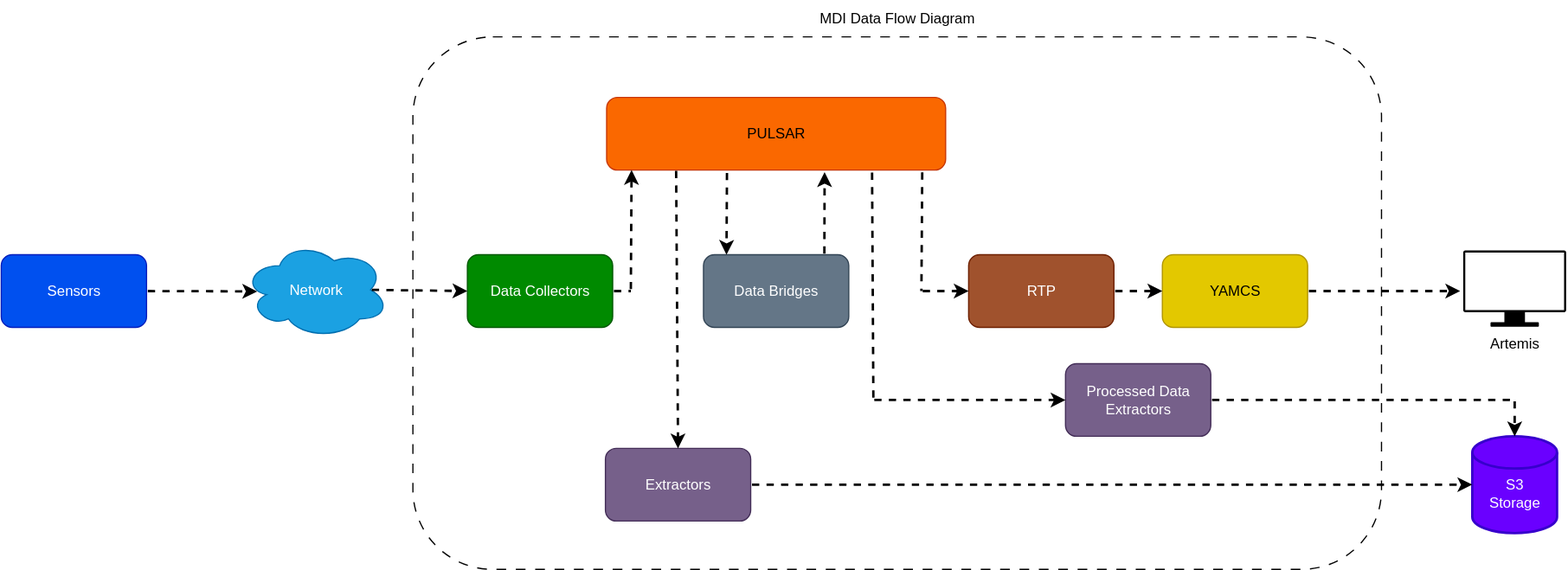
The draw.io diagram General Health Diagram.drawio.svg in palbright05/Grafana-Test, before a commit. Source tidied: cells renumbered, new cells last; positions are measured from the earlier drawing's top-left corner, leaving out a move shared by most shapes.
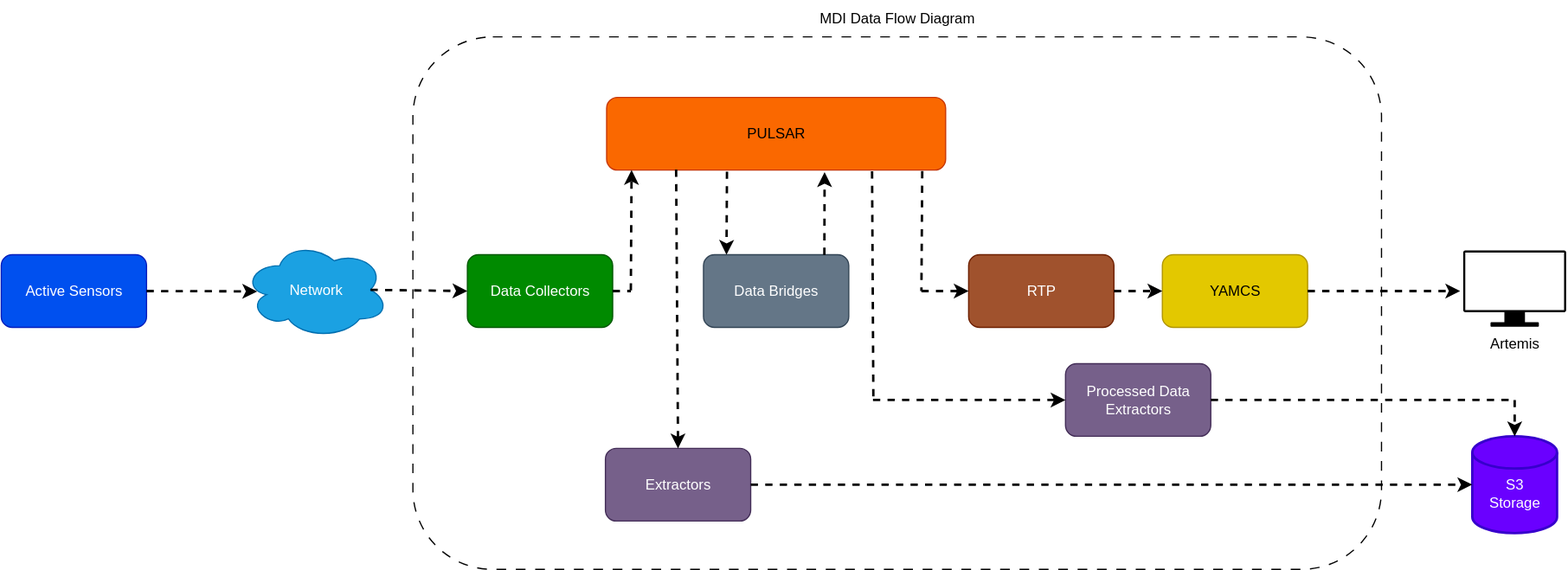
After the commit.

The edit, as a diff of the source:
```diff
@@ -5,7 +5,7 @@
     <mxCell id="2" style="rounded=1;whiteSpace=wrap;html=1;fillColor=none;dashed=1;dashPattern=8 8;" parent="1" vertex="1">
       <mxGeometry x="340" y="30" width="800" height="440" as="geometry" />
     </mxCell>
-    <mxCell id="3" value="Sensors" style="rounded=1;whiteSpace=wrap;html=1;fillColor=#0050ef;fontColor=#ffffff;strokeColor=#001DBC;" parent="1" vertex="1">
+    <mxCell id="3" value="Active Sensors" style="rounded=1;whiteSpace=wrap;html=1;fillColor=#0050ef;fontColor=#ffffff;strokeColor=#001DBC;" parent="1" vertex="1">
       <mxGeometry y="210" width="120" height="60" as="geometry" />
     </mxCell>
     <mxCell id="4" value="Network" style="ellipse;shape=cloud;whiteSpace=wrap;html=1;fillColor=#1ba1e2;strokeColor=#006EAF;fontColor=#ffffff;" parent="1" vertex="1">
@@ -20,10 +20,10 @@
     <mxCell id="7" value="Data Collectors" style="rounded=1;whiteSpace=wrap;html=1;fillColor=#008a00;fontColor=#ffffff;strokeColor=#005700;" parent="1" vertex="1">
       <mxGeometry x="385" y="210" width="120" height="60" as="geometry" />
     </mxCell>
-    <mxCell id="8" style="endArrow=classic;dashed=1;html=1;strokeWidth=2;rounded=0;exitX=1;exitY=0.5;exitDx=0;exitDy=0;entryX=0.095;entryY=0.516;entryDx=0;entryDy=0;entryPerimeter=0;endFill=1;flowAnimation=1;" parent="1" edge="1" source="3" target="4">
+    <mxCell id="8" style="endArrow=classic;dashed=1;html=1;strokeWidth=2;rounded=0;exitX=1;exitY=0.5;exitDx=0;exitDy=0;entryX=0.095;entryY=0.516;entryDx=0;entryDy=0;entryPerimeter=0;endFill=1;flowAnimation=0;" parent="1" edge="1" source="3" target="4">
       <mxGeometry relative="1" as="geometry" />
     </mxCell>
-    <mxCell id="9" style="endArrow=classic;dashed=1;html=1;strokeWidth=2;rounded=0;entryX=0;entryY=0.5;entryDx=0;entryDy=0;exitX=0.875;exitY=0.5;exitDx=0;exitDy=0;exitPerimeter=0;startArrow=none;startFill=0;endFill=1;flowAnimation=1;" parent="1" edge="1" source="4" target="7">
+    <mxCell id="9" style="endArrow=classic;dashed=1;html=1;strokeWidth=2;rounded=0;entryX=0;entryY=0.5;entryDx=0;entryDy=0;exitX=0.875;exitY=0.5;exitDx=0;exitDy=0;exitPerimeter=0;startArrow=none;startFill=0;endFill=1;flowAnimation=0;" parent="1" edge="1" source="4" target="7">
       <mxGeometry relative="1" as="geometry" />
     </mxCell>
     <mxCell id="10" value="Extractors" style="rounded=1;whiteSpace=wrap;html=1;fillColor=#76608a;fontColor=#ffffff;strokeColor=#432D57;" parent="1" vertex="1">
@@ -35,39 +35,39 @@
     <mxCell id="12" value="Processed Data Extractors" style="rounded=1;whiteSpace=wrap;html=1;fillColor=#76608a;fontColor=#ffffff;strokeColor=#432D57;" parent="1" vertex="1">
       <mxGeometry x="879" y="300" width="120" height="60" as="geometry" />
     </mxCell>
-    <mxCell id="13" style="endArrow=classic;dashed=1;html=1;strokeWidth=2;rounded=0;startArrow=none;startFill=0;exitX=0.205;exitY=0.994;exitDx=0;exitDy=0;flowAnimation=1;exitPerimeter=0;entryX=0.5;entryY=0;entryDx=0;entryDy=0;endFill=1;" parent="1" edge="1" source="6" target="10">
+    <mxCell id="13" style="endArrow=classic;dashed=1;html=1;strokeWidth=2;rounded=0;startArrow=none;startFill=0;exitX=0.205;exitY=0.994;exitDx=0;exitDy=0;flowAnimation=0;exitPerimeter=0;entryX=0.5;entryY=0;entryDx=0;entryDy=0;endFill=1;" parent="1" edge="1" source="6" target="10">
       <mxGeometry relative="1" as="geometry" />
     </mxCell>
-    <mxCell id="14" style="endArrow=classic;html=1;rounded=0;entryX=0.145;entryY=1.008;entryDx=0;entryDy=0;entryPerimeter=0;dashed=1;flowAnimation=1;strokeWidth=2;" parent="1" edge="1">
-      <mxGeometry relative="1" as="geometry">
-        <mxPoint x="520" y="239.5" as="sourcePoint" />
-        <mxPoint x="520.6" y="140" as="targetPoint" />
-      </mxGeometry>
-    </mxCell>
-    <mxCell id="15" style="endArrow=none;html=1;rounded=0;exitX=1;exitY=0.5;exitDx=0;exitDy=0;dashed=1;flowAnimation=1;strokeWidth=2;" parent="1" edge="1" source="7">
-      <mxGeometry relative="1" as="geometry">
-        <mxPoint x="520" y="240" as="targetPoint" />
-      </mxGeometry>
-    </mxCell>
-    <mxCell id="16" style="endArrow=classic;html=1;rounded=0;entryX=0.355;entryY=1.022;entryDx=0;entryDy=0;entryPerimeter=0;dashed=1;endFill=1;startArrow=none;startFill=0;flowAnimation=1;strokeWidth=2;exitX=0.355;exitY=1.022;exitDx=0;exitDy=0;exitPerimeter=0;" parent="1" edge="1" source="6">
-      <mxGeometry relative="1" as="geometry">
-        <mxPoint x="599" y="210" as="targetPoint" />
-      </mxGeometry>
-    </mxCell>
+    <mxCell id="31" style="endArrow=classic;html=1;rounded=0;entryX=0.145;entryY=1.008;entryDx=0;entryDy=0;entryPerimeter=0;dashed=1;flowAnimation=0;strokeWidth=2;" parent="1" edge="1">
+      <mxGeometry relative="1" as="geometry">
+        <mxPoint x="520" y="239.5" as="sourcePoint" />
+        <mxPoint x="520.6" y="140" as="targetPoint" />
+      </mxGeometry>
+    </mxCell>
+    <mxCell id="32" style="endArrow=none;html=1;rounded=0;exitX=1;exitY=0.5;exitDx=0;exitDy=0;dashed=1;flowAnimation=0;strokeWidth=2;" parent="1" edge="1" source="7">
+      <mxGeometry relative="1" as="geometry">
+        <mxPoint x="520" y="240" as="targetPoint" />
+      </mxGeometry>
+    </mxCell>
+    <mxCell id="33" style="endArrow=classic;html=1;rounded=0;entryX=0.355;entryY=1.022;entryDx=0;entryDy=0;entryPerimeter=0;dashed=1;endFill=1;startArrow=none;startFill=0;flowAnimation=0;strokeWidth=2;exitX=0.355;exitY=1.022;exitDx=0;exitDy=0;exitPerimeter=0;" parent="1" edge="1" source="6">
+      <mxGeometry relative="1" as="geometry">
+        <mxPoint x="599" y="210" as="targetPoint" />
+      </mxGeometry>
+    </mxCell>
-    <mxCell id="17" style="endArrow=classic;html=1;rounded=0;endFill=1;entryX=0.643;entryY=1.03;entryDx=0;entryDy=0;entryPerimeter=0;dashed=1;startArrow=none;startFill=0;exitX=0.832;exitY=0.002;exitDx=0;exitDy=0;exitPerimeter=0;flowAnimation=1;strokeWidth=2;" parent="1" edge="1" source="11" target="6">
+    <mxCell id="17" style="endArrow=classic;html=1;rounded=0;endFill=1;entryX=0.643;entryY=1.03;entryDx=0;entryDy=0;entryPerimeter=0;dashed=1;startArrow=none;startFill=0;exitX=0.832;exitY=0.002;exitDx=0;exitDy=0;exitPerimeter=0;flowAnimation=0;strokeWidth=2;" parent="1" edge="1" source="11" target="6">
       <mxGeometry relative="1" as="geometry" />
     </mxCell>
-    <mxCell id="18" style="endArrow=classic;html=1;rounded=0;entryX=0;entryY=0.5;entryDx=0;entryDy=0;dashed=1;flowAnimation=1;strokeWidth=2;" parent="1" edge="1" target="12">
+    <mxCell id="18" style="endArrow=classic;html=1;rounded=0;entryX=0;entryY=0.5;entryDx=0;entryDy=0;dashed=1;flowAnimation=0;strokeWidth=2;" parent="1" edge="1" target="12">
       <mxGeometry relative="1" as="geometry">
         <mxPoint x="720" y="330" as="sourcePoint" />
       </mxGeometry>
     </mxCell>
-    <mxCell id="19" style="endArrow=none;html=1;rounded=0;entryX=0.783;entryY=1.017;entryDx=0;entryDy=0;entryPerimeter=0;dashed=1;flowAnimation=1;strokeWidth=2;exitX=0.783;exitY=1.017;exitDx=0;exitDy=0;exitPerimeter=0;" parent="1" edge="1" source="6">
+    <mxCell id="19" style="endArrow=none;html=1;rounded=0;entryX=0.783;entryY=1.017;entryDx=0;entryDy=0;entryPerimeter=0;dashed=1;flowAnimation=0;strokeWidth=2;exitX=0.783;exitY=1.017;exitDx=0;exitDy=0;exitPerimeter=0;" parent="1" edge="1" source="6">
       <mxGeometry relative="1" as="geometry">
         <mxPoint x="720.3" y="329.9" as="targetPoint" />
       </mxGeometry>
     </mxCell>
-    <mxCell id="20" style="endArrow=classic;html=1;rounded=0;entryX=0;entryY=0.5;entryDx=0;entryDy=0;entryPerimeter=0;exitX=1;exitY=0.5;exitDx=0;exitDy=0;dashed=1;flowAnimation=1;strokeWidth=2;" parent="1" edge="1" source="10" target="5">
+    <mxCell id="20" style="endArrow=classic;html=1;rounded=0;entryX=0;entryY=0.5;entryDx=0;entryDy=0;entryPerimeter=0;exitX=1;exitY=0.5;exitDx=0;exitDy=0;dashed=1;flowAnimation=0;strokeWidth=2;" parent="1" edge="1" source="10" target="5">
       <mxGeometry relative="1" as="geometry" />
     </mxCell>
     <mxCell id="21" value="RTP" style="rounded=1;whiteSpace=wrap;html=1;fillColor=#a0522d;fontColor=#ffffff;strokeColor=#6D1F00;" parent="1" vertex="1">
@@ -76,25 +76,25 @@
     <mxCell id="22" value="YAMCS" style="rounded=1;whiteSpace=wrap;html=1;fillColor=#e3c800;fontColor=#000000;strokeColor=#B09500;" parent="1" vertex="1">
       <mxGeometry x="959" y="210" width="120" height="60" as="geometry" />
     </mxCell>
-    <mxCell id="23" style="endArrow=classic;html=1;rounded=0;entryX=0;entryY=0.5;entryDx=0;entryDy=0;exitX=1;exitY=0.5;exitDx=0;exitDy=0;dashed=1;flowAnimation=1;strokeWidth=2;" parent="1" edge="1" source="21" target="22">
+    <mxCell id="23" style="endArrow=classic;html=1;rounded=0;entryX=0;entryY=0.5;entryDx=0;entryDy=0;exitX=1;exitY=0.5;exitDx=0;exitDy=0;dashed=1;flowAnimation=0;strokeWidth=2;" parent="1" edge="1" source="21" target="22">
       <mxGeometry relative="1" as="geometry" />
     </mxCell>
-    <mxCell id="24" style="endArrow=none;html=1;rounded=0;entryX=0.931;entryY=1.015;entryDx=0;entryDy=0;entryPerimeter=0;dashed=1;flowAnimation=1;strokeWidth=2;exitX=0.931;exitY=1.015;exitDx=0;exitDy=0;exitPerimeter=0;" parent="1" edge="1" source="6">
+    <mxCell id="24" style="endArrow=none;html=1;rounded=0;entryX=0.931;entryY=1.015;entryDx=0;entryDy=0;entryPerimeter=0;dashed=1;flowAnimation=0;strokeWidth=2;exitX=0.931;exitY=1.015;exitDx=0;exitDy=0;exitPerimeter=0;" parent="1" edge="1" source="6">
       <mxGeometry relative="1" as="geometry">
         <mxPoint x="760" y="240" as="targetPoint" />
       </mxGeometry>
     </mxCell>
-    <mxCell id="25" style="endArrow=classic;html=1;rounded=0;entryX=0;entryY=0.5;entryDx=0;entryDy=0;dashed=1;flowAnimation=1;strokeWidth=2;" parent="1" edge="1" target="21">
+    <mxCell id="25" style="endArrow=classic;html=1;rounded=0;entryX=0;entryY=0.5;entryDx=0;entryDy=0;dashed=1;flowAnimation=0;strokeWidth=2;" parent="1" edge="1" target="21">
       <mxGeometry relative="1" as="geometry">
         <mxPoint x="760" y="240" as="sourcePoint" />
       </mxGeometry>
     </mxCell>
-    <mxCell id="26" style="endArrow=none;html=1;rounded=0;exitX=1;exitY=0.5;exitDx=0;exitDy=0;dashed=1;flowAnimation=1;strokeWidth=2;" parent="1" edge="1" source="12">
+    <mxCell id="26" style="endArrow=none;html=1;rounded=0;exitX=1;exitY=0.5;exitDx=0;exitDy=0;dashed=1;flowAnimation=0;strokeWidth=2;" parent="1" edge="1" source="12">
       <mxGeometry relative="1" as="geometry">
         <mxPoint x="1250" y="330" as="targetPoint" />
       </mxGeometry>
     </mxCell>
-    <mxCell id="27" style="endArrow=classic;html=1;rounded=0;entryX=0.5;entryY=0;entryDx=0;entryDy=0;entryPerimeter=0;dashed=1;flowAnimation=1;strokeWidth=2;" parent="1" edge="1" target="5">
+    <mxCell id="27" style="endArrow=classic;html=1;rounded=0;entryX=0.5;entryY=0;entryDx=0;entryDy=0;entryPerimeter=0;dashed=1;flowAnimation=0;strokeWidth=2;" parent="1" edge="1" target="5">
       <mxGeometry relative="1" as="geometry">
         <mxPoint x="1250" y="330" as="sourcePoint" />
       </mxGeometry>
@@ -105,7 +105,7 @@
     <mxCell id="29" value="Artemis" style="shape=mxgraph.networks2.icon;network2IconShadow=1;network2bgFillColor=none;labelPosition=center;verticalLabelPosition=bottom;align=center;verticalAlign=top;network2Icon=mxgraph.networks2.monitor;network2IconYOffset=-0.009;network2IconW=1;network2IconH=0.742;" parent="1" vertex="1">
       <mxGeometry x="1207.5" y="206.5" width="85" height="63.1" as="geometry" />
     </mxCell>
-    <mxCell id="30" style="endArrow=classic;html=1;rounded=0;exitX=1;exitY=0.5;exitDx=0;exitDy=0;dashed=1;flowAnimation=1;strokeWidth=2;" parent="1" edge="1" source="22">
+    <mxCell id="30" style="endArrow=classic;html=1;rounded=0;exitX=1;exitY=0.5;exitDx=0;exitDy=0;dashed=1;flowAnimation=0;strokeWidth=2;" parent="1" edge="1" source="22">
       <mxGeometry relative="1" as="geometry">
         <mxPoint x="1205" y="240" as="targetPoint" />
       </mxGeometry>
```
